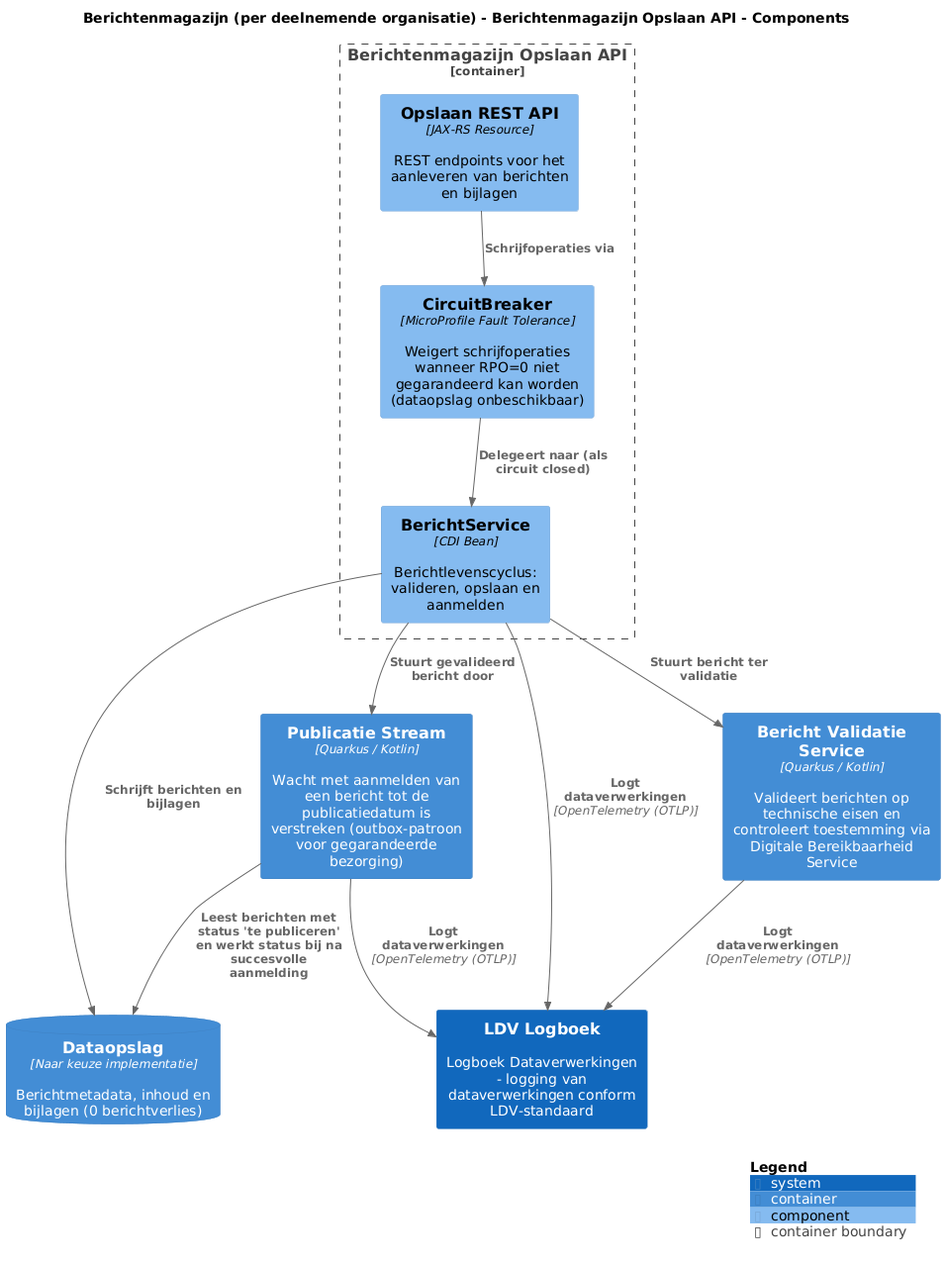
Earlier version of the PlantUML export master/png/OpslaanAPIComponenten.png (MinBZK/moza-poc-fbs-berichtenbox).
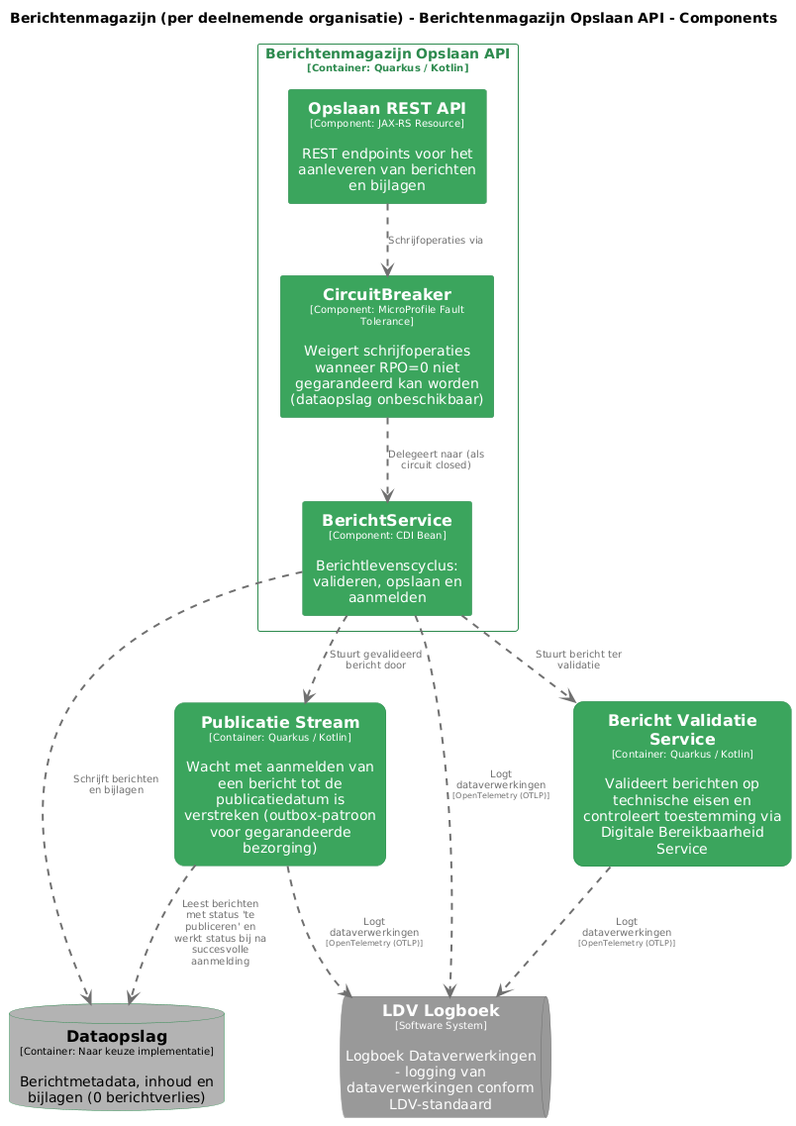
The same file after the commit.

The edit, as a diff of the source:
```diff
@@ -3,32 +3,86 @@
 title Berichtenmagazijn (per deelnemende organisatie) - Berichtenmagazijn Opslaan API - Components
 
 top to bottom direction
+skinparam ranksep 60
+skinparam nodesep 30
 
-!include <C4/C4>
-!include <C4/C4_Context>
-!include <C4/C4_Container>
-!include <C4/C4_Component>
-
-ContainerDb(Berichtenmagazijnperdeelnemendeorganisatie.Dataopslag, "Dataopslag", $techn="Naar keuze implementatie", $descr="Berichtmetadata, inhoud en bijlagen (0 berichtverlies)", $tags="", $link="")
-Container(Berichtenmagazijnperdeelnemendeorganisatie.BerichtValidatieService, "Bericht Validatie Service", $techn="Quarkus / Kotlin", $descr="Valideert berichten op technische eisen en controleert toestemming via Digitale Bereikbaarheid Service", $tags="", $link="")
-Container(Berichtenmagazijnperdeelnemendeorganisatie.PublicatieStream, "Publicatie Stream", $techn="Quarkus / Kotlin", $descr="Wacht met aanmelden van een bericht tot de publicatiedatum is verstreken (outbox-patroon voor gegarandeerde bezorging)", $tags="", $link="")
-System(LDVLogboek, "LDV Logboek", $descr="Logboek Dataverwerkingen - logging van dataverwerkingen conform LDV-standaard", $tags="", $link="")
-
-Container_Boundary("Berichtenmagazijnperdeelnemendeorganisatie.BerichtenmagazijnOpslaanAPI_boundary", "Berichtenmagazijn Opslaan API", $tags="") {
-  Component(Berichtenmagazijnperdeelnemendeorganisatie.BerichtenmagazijnOpslaanAPI.OpslaanRESTAPI, "Opslaan REST API", $techn="JAX-RS Resource", $descr="REST endpoints voor het aanleveren van berichten en bijlagen", $tags="", $link="")
-  Component(Berichtenmagazijnperdeelnemendeorganisatie.BerichtenmagazijnOpslaanAPI.CircuitBreaker, "CircuitBreaker", $techn="MicroProfile Fault Tolerance", $descr="Weigert schrijfoperaties wanneer RPO=0 niet gegarandeerd kan worden (dataopslag onbeschikbaar)", $tags="", $link="")
-  Component(Berichtenmagazijnperdeelnemendeorganisatie.BerichtenmagazijnOpslaanAPI.BerichtService, "BerichtService", $techn="CDI Bean", $descr="Berichtlevenscyclus: valideren, opslaan en aanmelden", $tags="", $link="")
+skinparam {
+  arrowFontSize 10
+  defaultTextAlignment center
+  wrapWidth 200
+  maxMessageSize 100
 }
 
-Rel(Berichtenmagazijnperdeelnemendeorganisatie.BerichtValidatieService, LDVLogboek, "Logt dataverwerkingen", $techn="OpenTelemetry (OTLP)", $tags="", $link="")
-Rel(Berichtenmagazijnperdeelnemendeorganisatie.PublicatieStream, LDVLogboek, "Logt dataverwerkingen", $techn="OpenTelemetry (OTLP)", $tags="", $link="")
-Rel(Berichtenmagazijnperdeelnemendeorganisatie.BerichtenmagazijnOpslaanAPI.OpslaanRESTAPI, Berichtenmagazijnperdeelnemendeorganisatie.BerichtenmagazijnOpslaanAPI.CircuitBreaker, "Schrijfoperaties via", $techn="", $tags="", $link="")
-Rel(Berichtenmagazijnperdeelnemendeorganisatie.BerichtenmagazijnOpslaanAPI.CircuitBreaker, Berichtenmagazijnperdeelnemendeorganisatie.BerichtenmagazijnOpslaanAPI.BerichtService, "Delegeert naar (als circuit closed)", $techn="", $tags="", $link="")
-Rel(Berichtenmagazijnperdeelnemendeorganisatie.BerichtenmagazijnOpslaanAPI.BerichtService, Berichtenmagazijnperdeelnemendeorganisatie.Dataopslag, "Schrijft berichten en bijlagen", $techn="", $tags="", $link="")
-Rel(Berichtenmagazijnperdeelnemendeorganisatie.BerichtenmagazijnOpslaanAPI.BerichtService, Berichtenmagazijnperdeelnemendeorganisatie.BerichtValidatieService, "Stuurt bericht ter validatie", $techn="", $tags="", $link="")
-Rel(Berichtenmagazijnperdeelnemendeorganisatie.BerichtenmagazijnOpslaanAPI.BerichtService, Berichtenmagazijnperdeelnemendeorganisatie.PublicatieStream, "Stuurt gevalideerd bericht door", $techn="", $tags="", $link="")
-Rel(Berichtenmagazijnperdeelnemendeorganisatie.PublicatieStream, Berichtenmagazijnperdeelnemendeorganisatie.Dataopslag, "Leest berichten met status 'te publiceren' en werkt status bij na succesvolle aanmelding", $techn="", $tags="", $link="")
-Rel(Berichtenmagazijnperdeelnemendeorganisatie.BerichtenmagazijnOpslaanAPI.BerichtService, LDVLogboek, "Logt dataverwerkingen", $techn="OpenTelemetry (OTLP)", $tags="", $link="")
+hide stereotype
 
-SHOW_LEGEND(true)
+skinparam rectangle<<Berichtenmagazijnperdeelnemendeorganisatie.BerichtValidatieService>> {
+  BackgroundColor #3ba55d
+  FontColor #ffffff
+  BorderColor #2d8a4e
+  roundCorner 20
+  shadowing false
+}
+skinparam rectangle<<Berichtenmagazijnperdeelnemendeorganisatie.BerichtenmagazijnOpslaanAPI.BerichtService>> {
+  BackgroundColor #3ba55d
+  FontColor #ffffff
+  BorderColor #2d8a4e
+  shadowing false
+}
+skinparam rectangle<<Berichtenmagazijnperdeelnemendeorganisatie.BerichtenmagazijnOpslaanAPI.CircuitBreaker>> {
+  BackgroundColor #3ba55d
+  FontColor #ffffff
+  BorderColor #2d8a4e
+  shadowing false
+}
+skinparam database<<Berichtenmagazijnperdeelnemendeorganisatie.Dataopslag>> {
+  BackgroundColor #b3b3b3
+  FontColor #000000
+  BorderColor #2d8a4e
+  shadowing false
+}
+skinparam queue<<LDVLogboek>> {
+  BackgroundColor #999999
+  FontColor #ffffff
+  BorderColor #6b6b6b
+  shadowing false
+}
+skinparam rectangle<<Berichtenmagazijnperdeelnemendeorganisatie.BerichtenmagazijnOpslaanAPI.OpslaanRESTAPI>> {
+  BackgroundColor #3ba55d
+  FontColor #ffffff
+  BorderColor #2d8a4e
+  shadowing false
+}
+skinparam rectangle<<Berichtenmagazijnperdeelnemendeorganisatie.PublicatieStream>> {
+  BackgroundColor #3ba55d
+  FontColor #ffffff
+  BorderColor #2d8a4e
+  roundCorner 20
+  shadowing false
+}
+skinparam rectangle<<Berichtenmagazijnperdeelnemendeorganisatie.BerichtenmagazijnOpslaanAPI>> {
+  BorderColor #2d8a4e
+  FontColor #2d8a4e
+  shadowing false
+}
+
+database "==Dataopslag\n<size:10>[Container: Naar keuze implementatie]</size>\n\nBerichtmetadata, inhoud en bijlagen (0 berichtverlies)" <<Berichtenmagazijnperdeelnemendeorganisatie.Dataopslag>> as Berichtenmagazijnperdeelnemendeorganisatie.Dataopslag
+rectangle "==Bericht Validatie Service\n<size:10>[Container: Quarkus / Kotlin]</size>\n\nValideert berichten op technische eisen en controleert toestemming via Digitale Bereikbaarheid Service" <<Berichtenmagazijnperdeelnemendeorganisatie.BerichtValidatieService>> as Berichtenmagazijnperdeelnemendeorganisatie.BerichtValidatieService
+rectangle "==Publicatie Stream\n<size:10>[Container: Quarkus / Kotlin]</size>\n\nWacht met aanmelden van een bericht tot de publicatiedatum is verstreken (outbox-patroon voor gegarandeerde bezorging)" <<Berichtenmagazijnperdeelnemendeorganisatie.PublicatieStream>> as Berichtenmagazijnperdeelnemendeorganisatie.PublicatieStream
+queue "==LDV Logboek\n<size:10>[Software System]</size>\n\nLogboek Dataverwerkingen - logging van dataverwerkingen conform LDV-standaard" <<LDVLogboek>> as LDVLogboek
+
+rectangle "Berichtenmagazijn Opslaan API\n<size:10>[Container: Quarkus / Kotlin]</size>" <<Berichtenmagazijnperdeelnemendeorganisatie.BerichtenmagazijnOpslaanAPI>> {
+  rectangle "==Opslaan REST API\n<size:10>[Component: JAX-RS Resource]</size>\n\nREST endpoints voor het aanleveren van berichten en bijlagen" <<Berichtenmagazijnperdeelnemendeorganisatie.BerichtenmagazijnOpslaanAPI.OpslaanRESTAPI>> as Berichtenmagazijnperdeelnemendeorganisatie.BerichtenmagazijnOpslaanAPI.OpslaanRESTAPI
+  rectangle "==CircuitBreaker\n<size:10>[Component: MicroProfile Fault Tolerance]</size>\n\nWeigert schrijfoperaties wanneer RPO=0 niet gegarandeerd kan worden (dataopslag onbeschikbaar)" <<Berichtenmagazijnperdeelnemendeorganisatie.BerichtenmagazijnOpslaanAPI.CircuitBreaker>> as Berichtenmagazijnperdeelnemendeorganisatie.BerichtenmagazijnOpslaanAPI.CircuitBreaker
+  rectangle "==BerichtService\n<size:10>[Component: CDI Bean]</size>\n\nBerichtlevenscyclus: valideren, opslaan en aanmelden" <<Berichtenmagazijnperdeelnemendeorganisatie.BerichtenmagazijnOpslaanAPI.BerichtService>> as Berichtenmagazijnperdeelnemendeorganisatie.BerichtenmagazijnOpslaanAPI.BerichtService
+}
+
+Berichtenmagazijnperdeelnemendeorganisatie.BerichtValidatieService .[#707070,thickness=2].> LDVLogboek : "<color:#707070>Logt dataverwerkingen\n<color:#707070><size:8>[OpenTelemetry (OTLP)]</size>"
+Berichtenmagazijnperdeelnemendeorganisatie.PublicatieStream .[#707070,thickness=2].> LDVLogboek : "<color:#707070>Logt dataverwerkingen\n<color:#707070><size:8>[OpenTelemetry (OTLP)]</size>"
+Berichtenmagazijnperdeelnemendeorganisatie.BerichtenmagazijnOpslaanAPI.OpslaanRESTAPI .[#707070,thickness=2].> Berichtenmagazijnperdeelnemendeorganisatie.BerichtenmagazijnOpslaanAPI.CircuitBreaker : "<color:#707070>Schrijfoperaties via"
+Berichtenmagazijnperdeelnemendeorganisatie.BerichtenmagazijnOpslaanAPI.CircuitBreaker .[#707070,thickness=2].> Berichtenmagazijnperdeelnemendeorganisatie.BerichtenmagazijnOpslaanAPI.BerichtService : "<color:#707070>Delegeert naar (als circuit closed)"
+Berichtenmagazijnperdeelnemendeorganisatie.BerichtenmagazijnOpslaanAPI.BerichtService .[#707070,thickness=2].> Berichtenmagazijnperdeelnemendeorganisatie.Dataopslag : "<color:#707070>Schrijft berichten en bijlagen"
+Berichtenmagazijnperdeelnemendeorganisatie.BerichtenmagazijnOpslaanAPI.BerichtService .[#707070,thickness=2].> Berichtenmagazijnperdeelnemendeorganisatie.BerichtValidatieService : "<color:#707070>Stuurt bericht ter validatie"
+Berichtenmagazijnperdeelnemendeorganisatie.BerichtenmagazijnOpslaanAPI.BerichtService .[#707070,thickness=2].> Berichtenmagazijnperdeelnemendeorganisatie.PublicatieStream : "<color:#707070>Stuurt gevalideerd bericht door"
+Berichtenmagazijnperdeelnemendeorganisatie.PublicatieStream .[#707070,thickness=2].> Berichtenmagazijnperdeelnemendeorganisatie.Dataopslag : "<color:#707070>Leest berichten met status 'te publiceren' en werkt status bij na succesvolle aanmelding"
+Berichtenmagazijnperdeelnemendeorganisatie.BerichtenmagazijnOpslaanAPI.BerichtService .[#707070,thickness=2].> LDVLogboek : "<color:#707070>Logt dataverwerkingen\n<color:#707070><size:8>[OpenTelemetry (OTLP)]</size>"
 @enduml
```
